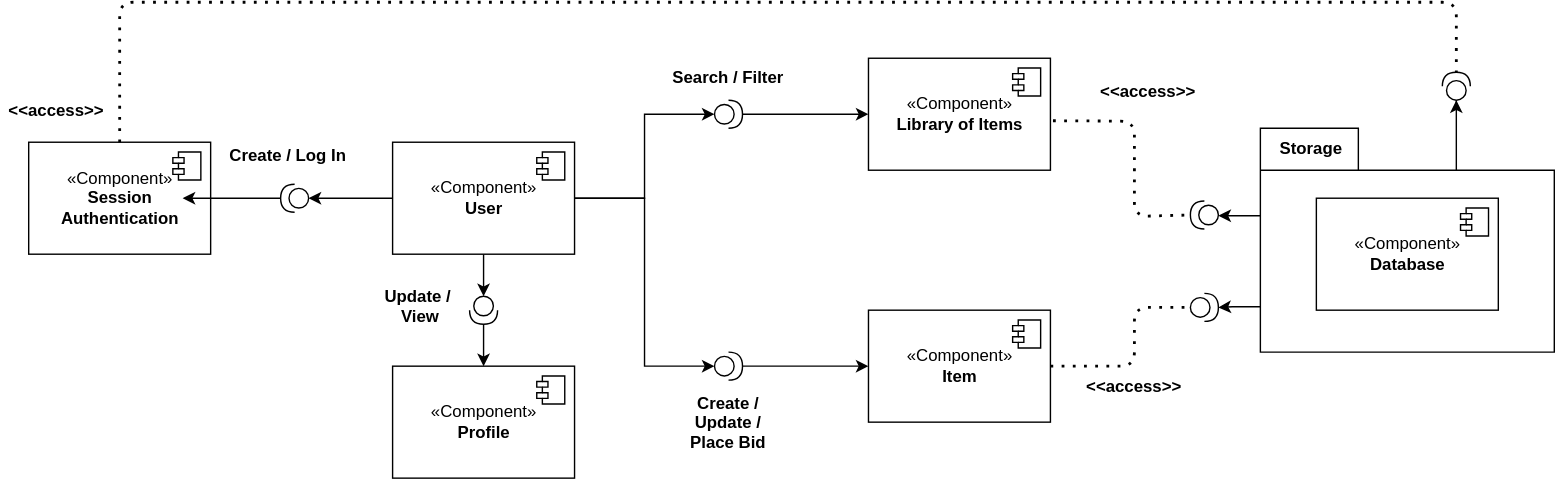
treeindev/uml-diagrams keeps this draw.io diagram as UML-Component-Diagram-library-items.svg. Above is the earlier version. Source tidied: cells renumbered, new cells last; positions are measured from the earlier drawing's top-left corner, leaving out a move shared by most shapes.
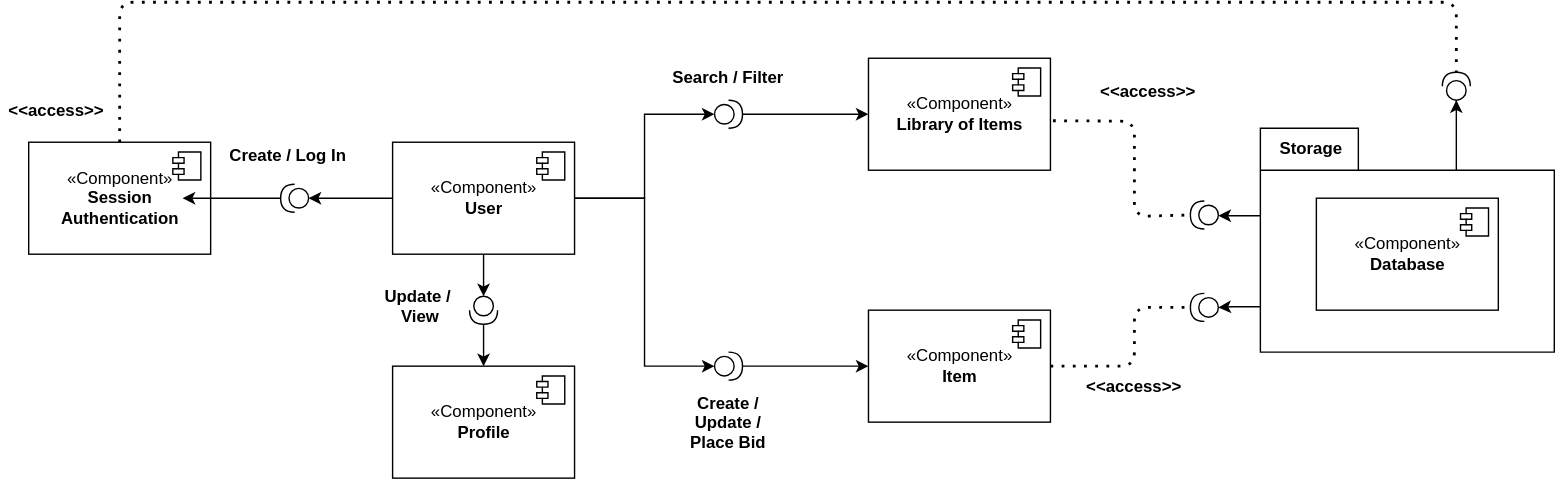
After the change.

What changed in the source:
```diff
@@ -124,7 +124,7 @@
         </Array>
       </mxGeometry>
     </mxCell>
-    <mxCell id="36" style="endArrow=none;dashed=1;html=1;dashPattern=1 3;strokeWidth=2;exitX=1;exitY=0.5;exitDx=0;exitDy=0;entryX=0;entryY=0.5;entryDx=0;entryDy=0;entryPerimeter=0;" parent="1" edge="1" source="12" target="43">
+    <mxCell id="36" style="endArrow=none;dashed=1;html=1;dashPattern=1 3;strokeWidth=2;exitX=1;exitY=0.5;exitDx=0;exitDy=0;entryX=1;entryY=0.5;entryDx=0;entryDy=0;entryPerimeter=0;" parent="1" edge="1" source="12" target="43">
       <mxGeometry relative="1" as="geometry">
         <Array as="points">
           <mxPoint x="810" y="260" />
@@ -155,7 +155,7 @@
     <mxCell id="42" style="shape=providedRequiredInterface;html=1;verticalLabelPosition=bottom;rotation=-180;" parent="1" vertex="1">
       <mxGeometry x="850" y="142" width="20" height="20" as="geometry" />
     </mxCell>
-    <mxCell id="43" style="shape=providedRequiredInterface;html=1;verticalLabelPosition=bottom;" parent="1" vertex="1">
+    <mxCell id="43" style="shape=providedRequiredInterface;html=1;verticalLabelPosition=bottom;rotation=-180;" parent="1" vertex="1">
       <mxGeometry x="850" y="208" width="20" height="20" as="geometry" />
     </mxCell>
   </root>
```
